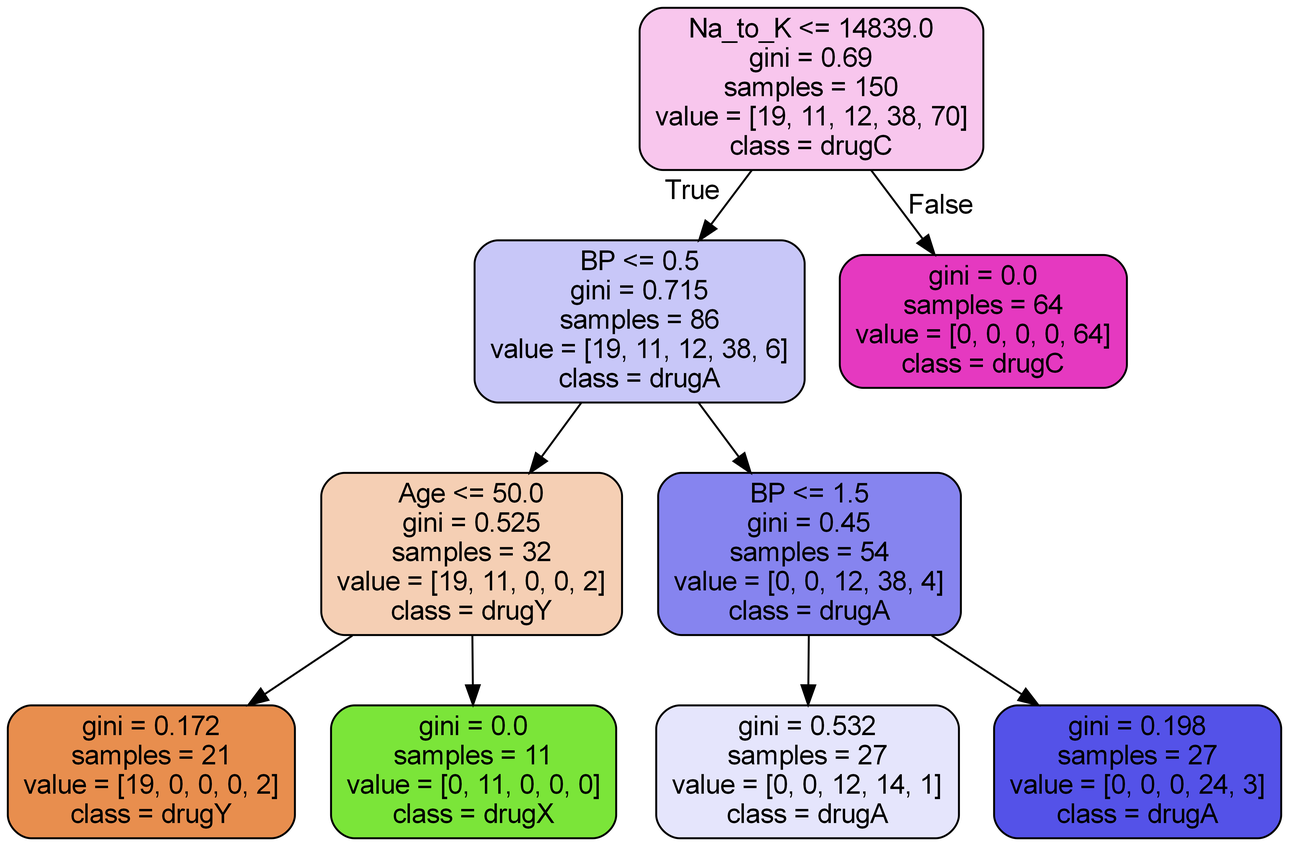
Above: tecnicas-multivariantes/images/tree_clf_depth3.png in pablesite/master-matematicas (Graphviz), before the change. Its source is kept beside it as tecnicas-multivariantes/images/tree_clf_depth3.dot.
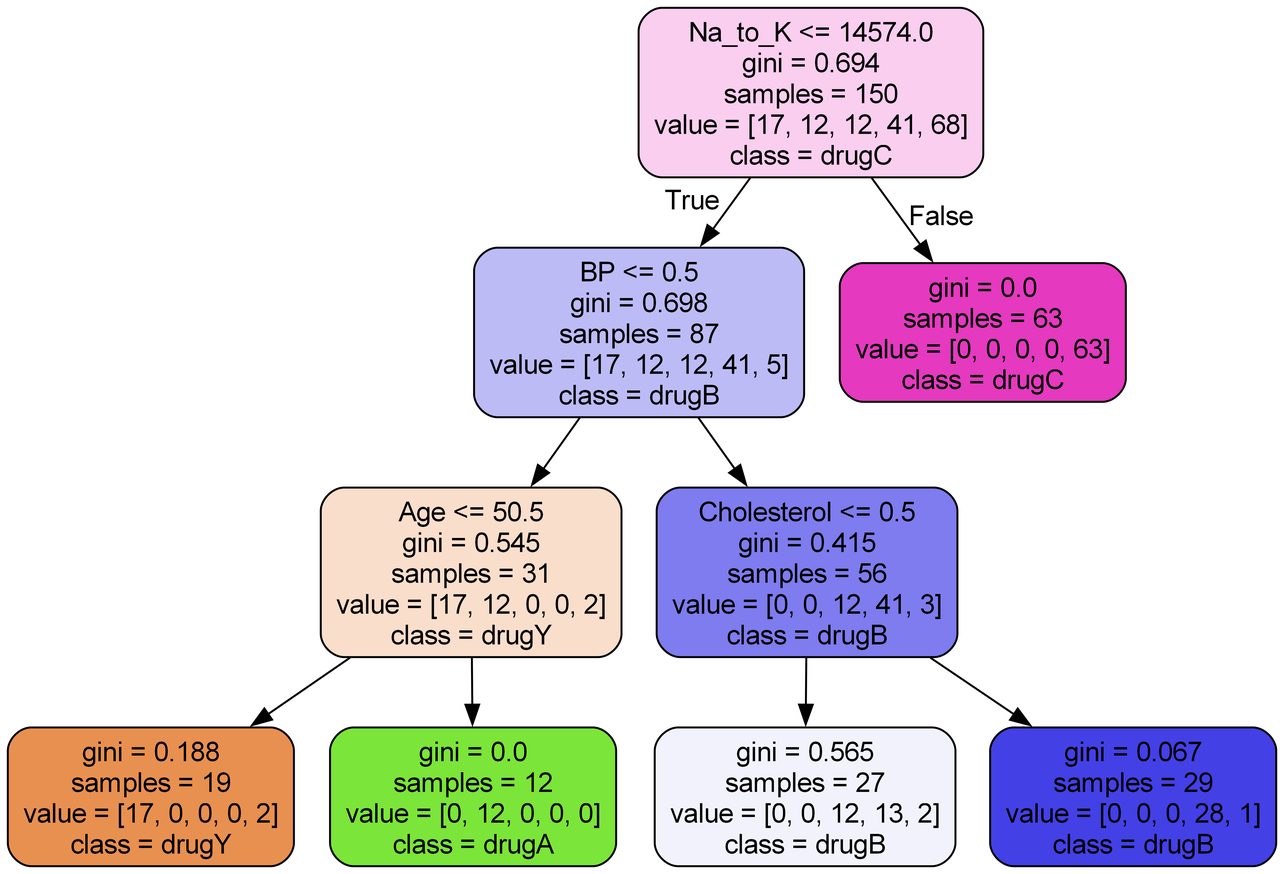
After the commit.

Diff of the diagram source:
```diff
@@ -1,21 +1,21 @@
 digraph Tree {
 node [shape=box, style="filled, rounded", color="black", fontname="helvetica"] ;
 edge [fontname="helvetica"] ;
-0 [label="Na_to_K <= 14839.0\ngini = 0.69\nsamples = 150\nvalue = [19, 11, 12, 38, 70]\nclass = drugC", fillcolor="#f8c6ed"] ;
-1 [label="BP <= 0.5\ngini = 0.715\nsamples = 86\nvalue = [19, 11, 12, 38, 6]\nclass = drugA", fillcolor="#c8c7f8"] ;
+0 [label="Na_to_K <= 14574.0\ngini = 0.694\nsamples = 150\nvalue = [17, 12, 12, 41, 68]\nclass = drugC", fillcolor="#f9ceef"] ;
+1 [label="BP <= 0.5\ngini = 0.698\nsamples = 87\nvalue = [17, 12, 12, 41, 5]\nclass = drugB", fillcolor="#bcbbf6"] ;
 0 -> 1 [labeldistance=2.5, labelangle=45, headlabel="True"] ;
-2 [label="Age <= 50.0\ngini = 0.525\nsamples = 32\nvalue = [19, 11, 0, 0, 2]\nclass = drugY", fillcolor="#f5cfb4"] ;
+2 [label="Age <= 50.5\ngini = 0.545\nsamples = 31\nvalue = [17, 12, 0, 0, 2]\nclass = drugY", fillcolor="#f8decb"] ;
 1 -> 2 ;
-3 [label="gini = 0.172\nsamples = 21\nvalue = [19, 0, 0, 0, 2]\nclass = drugY", fillcolor="#e88e4e"] ;
+3 [label="gini = 0.188\nsamples = 19\nvalue = [17, 0, 0, 0, 2]\nclass = drugY", fillcolor="#e89050"] ;
 2 -> 3 ;
-4 [label="gini = 0.0\nsamples = 11\nvalue = [0, 11, 0, 0, 0]\nclass = drugX", fillcolor="#7be539"] ;
+4 [label="gini = 0.0\nsamples = 12\nvalue = [0, 12, 0, 0, 0]\nclass = drugA", fillcolor="#7be539"] ;
 2 -> 4 ;
-5 [label="BP <= 1.5\ngini = 0.45\nsamples = 54\nvalue = [0, 0, 12, 38, 4]\nclass = drugA", fillcolor="#8684ef"] ;
+5 [label="Cholesterol <= 0.5\ngini = 0.415\nsamples = 56\nvalue = [0, 0, 12, 41, 3]\nclass = drugB", fillcolor="#7e7cee"] ;
 1 -> 5 ;
-6 [label="gini = 0.532\nsamples = 27\nvalue = [0, 0, 12, 14, 1]\nclass = drugA", fillcolor="#e5e5fc"] ;
+6 [label="gini = 0.565\nsamples = 27\nvalue = [0, 0, 12, 13, 2]\nclass = drugB", fillcolor="#f2f2fd"] ;
 5 -> 6 ;
-7 [label="gini = 0.198\nsamples = 27\nvalue = [0, 0, 0, 24, 3]\nclass = drugA", fillcolor="#5452e8"] ;
+7 [label="gini = 0.067\nsamples = 29\nvalue = [0, 0, 0, 28, 1]\nclass = drugB", fillcolor="#4340e6"] ;
 5 -> 7 ;
-8 [label="gini = 0.0\nsamples = 64\nvalue = [0, 0, 0, 0, 64]\nclass = drugC", fillcolor="#e539c0"] ;
+8 [label="gini = 0.0\nsamples = 63\nvalue = [0, 0, 0, 0, 63]\nclass = drugC", fillcolor="#e539c0"] ;
 0 -> 8 [labeldistance=2.5, labelangle=-45, headlabel="False"] ;
 }
```
